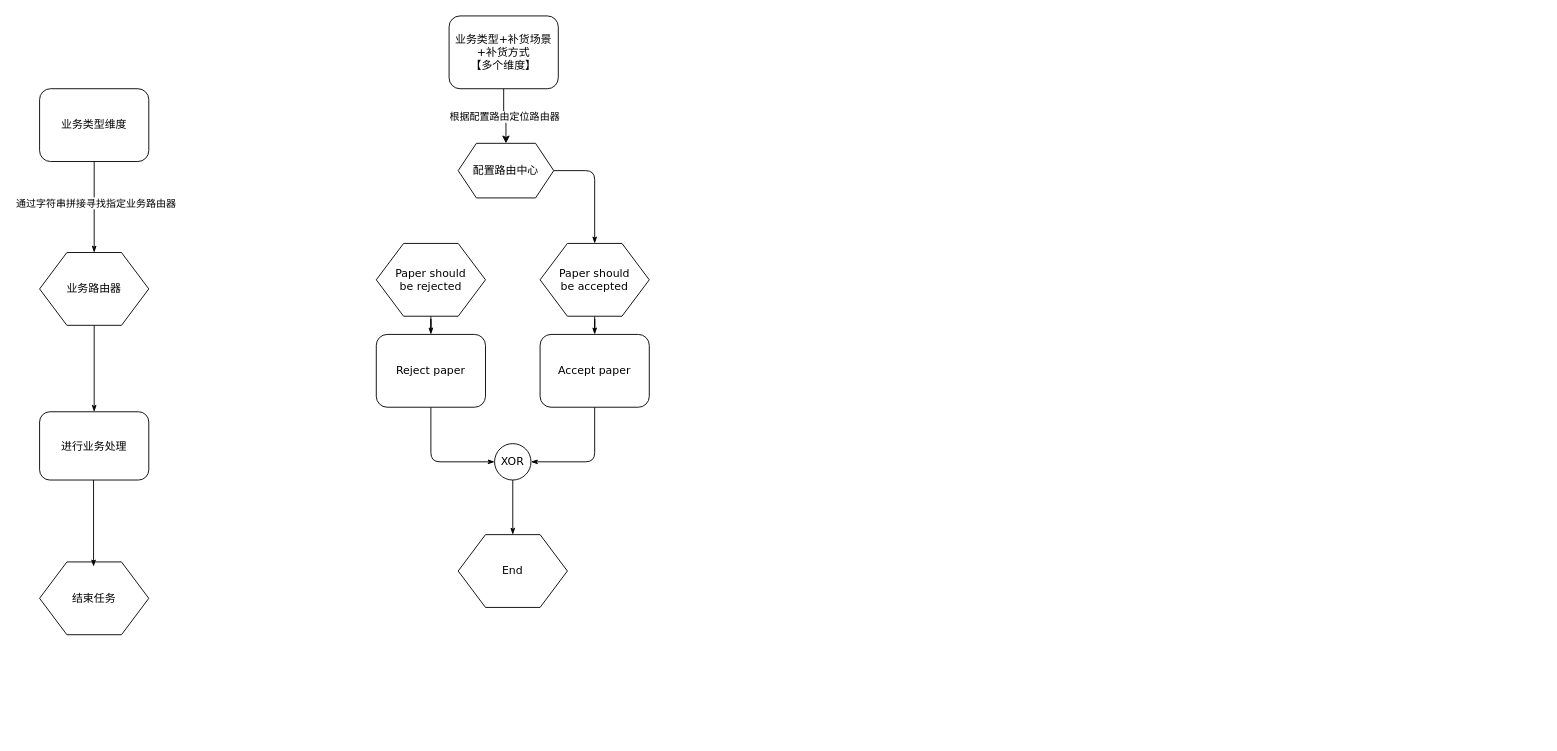
Earlier version of the draw.io diagram 未命名绘图.drawio (CJH254/automatic-winner). Source tidied: cells renumbered, new cells numbered last; positions are measured from the earlier drawing's top-left corner, leaving out a move shared by most shapes. Both pictures are drawn from the tidied source at 91%, with x=0, y=0 at pixel (39, 15).
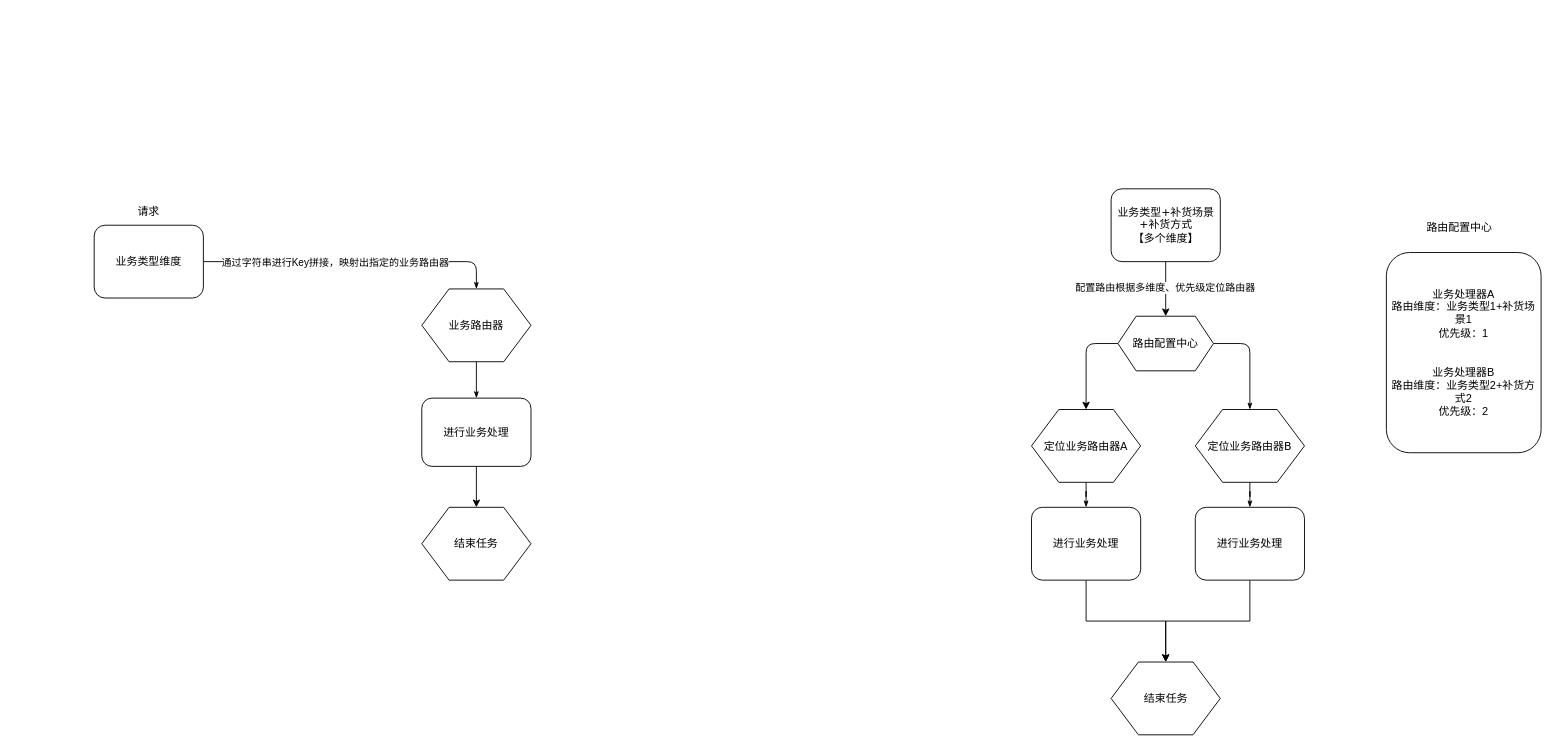
The same page after the edit.

Commit message:
更新未命名绘图.drawio

The change refers to these unchanged cells:
```xml
<mxCell id="2" style="edgeStyle=orthogonalEdgeStyle;rounded=1;html=1;labelBackgroundColor=none;startArrow=none;startFill=0;startSize=5;endArrow=classicThin;endFill=1;endSize=5;jettySize=auto;strokeWidth=1;fontFamily=Verdana;fontSize=8;entryX=0.5;entryY=0;entryDx=0;entryDy=0;" parent="1" edge="1" source="4" target="6">
  <mxGeometry relative="1" as="geometry" />
</mxCell>
<mxCell id="22" style="edgeStyle=orthogonalEdgeStyle;rounded=0;jettySize=auto;html=1;" parent="1" edge="1" source="24" target="25">
  <mxGeometry relative="1" as="geometry" />
</mxCell>
```

Change to the diagram source:
```diff
@@
-    <mxCell id="3" value="通过字符串拼接寻找指定业务路由器" style="edgeLabel;html=1;align=center;verticalAlign=middle;" parent="2" vertex="1">
+    <mxCell id="3" value="通过字符串进行Key拼接，映射出指定的业务路由器" style="edgeLabel;html=1;align=center;verticalAlign=middle;" parent="2" vertex="1">
       <mxGeometry x="-0.13" y="1" relative="1" as="geometry">
         <mxPoint y="1" as="offset" />
       </mxGeometry>
     </mxCell>
     <mxCell id="4" value="业务类型维度" style="rounded=1;whiteSpace=wrap;html=1;shadow=0;labelBackgroundColor=none;strokeWidth=1;fontFamily=Verdana;fontSize=12;align=center;" parent="1" vertex="1">
-      <mxGeometry y="80" width="120" height="80" as="geometry" />
+      <mxGeometry x="60" y="230" width="120" height="80" as="geometry" />
     </mxCell>
@@
     <mxCell id="6" value="业务路由器" style="shape=hexagon;perimeter=hexagonPerimeter;whiteSpace=wrap;html=1;rounded=0;shadow=0;labelBackgroundColor=none;strokeWidth=1;fontFamily=Verdana;fontSize=12;align=center;" parent="1" vertex="1">
-      <mxGeometry y="260" width="120" height="80" as="geometry" />
+      <mxGeometry x="420" y="300" width="120" height="80" as="geometry" />
     </mxCell>
+    <mxCell id="26" style="edgeStyle=orthogonalEdgeStyle;rounded=0;jettySize=auto;html=1;entryX=0.5;entryY=0;entryDx=0;entryDy=0;" parent="1" edge="1" source="7" target="8">
+      <mxGeometry relative="1" as="geometry" />
+    </mxCell>
     <mxCell id="7" value="进行业务处理" style="rounded=1;whiteSpace=wrap;html=1;shadow=0;labelBackgroundColor=none;strokeWidth=1;fontFamily=Verdana;fontSize=12;align=center;" parent="1" vertex="1">
-      <mxGeometry y="435" width="120" height="75" as="geometry" />
+      <mxGeometry x="420" y="420" width="120" height="75" as="geometry" />
     </mxCell>
     <mxCell id="8" value="结束任务" style="shape=hexagon;perimeter=hexagonPerimeter;whiteSpace=wrap;html=1;rounded=0;shadow=0;labelBackgroundColor=none;strokeWidth=1;fontFamily=Verdana;fontSize=12;align=center;" parent="1" vertex="1">
-      <mxGeometry y="600" width="120" height="80" as="geometry" />
+      <mxGeometry x="420" y="540" width="120" height="80" as="geometry" />
     </mxCell>
     <mxCell id="9" style="edgeStyle=orthogonalEdgeStyle;rounded=1;html=1;labelBackgroundColor=none;startArrow=none;startFill=0;startSize=5;endArrow=classicThin;endFill=1;endSize=5;jettySize=auto;strokeColor=#000000;strokeWidth=1;fontFamily=Verdana;fontSize=8;fontColor=#000000;exitX=1;exitY=0.5;exitDx=0;exitDy=0;" parent="1" edge="1" source="25" target="13">
       <mxGeometry relative="1" as="geometry">
         <Array as="points">
-          <mxPoint x="610" y="170" />
+          <mxPoint x="1330" y="360" />
         </Array>
       </mxGeometry>
     </mxCell>
@@
-    <mxCell id="11" value="Paper should&lt;div&gt;be rejected&lt;/div&gt;" style="shape=hexagon;perimeter=hexagonPerimeter;whiteSpace=wrap;html=1;rounded=0;shadow=0;labelBackgroundColor=none;strokeWidth=1;fontFamily=Verdana;fontSize=12;align=center;" parent="1" vertex="1">
-      <mxGeometry x="370" y="250" width="120" height="80" as="geometry" />
+    <mxCell id="11" value="定位业务路由器A" style="shape=hexagon;perimeter=hexagonPerimeter;whiteSpace=wrap;html=1;rounded=0;shadow=0;labelBackgroundColor=none;strokeWidth=1;fontFamily=Verdana;fontSize=12;align=center;" parent="1" vertex="1">
+      <mxGeometry x="1090" y="432.5" width="120" height="80" as="geometry" />
     </mxCell>
@@
-    <mxCell id="13" value="Paper should&lt;div&gt;be accepted&lt;/div&gt;" style="shape=hexagon;perimeter=hexagonPerimeter;whiteSpace=wrap;html=1;rounded=0;shadow=0;labelBackgroundColor=none;strokeWidth=1;fontFamily=Verdana;fontSize=12;align=center;" parent="1" vertex="1">
-      <mxGeometry x="550" y="250" width="120" height="80" as="geometry" />
+    <mxCell id="13" value="定位业务路由器B" style="shape=hexagon;perimeter=hexagonPerimeter;whiteSpace=wrap;html=1;rounded=0;shadow=0;labelBackgroundColor=none;strokeWidth=1;fontFamily=Verdana;fontSize=12;align=center;" parent="1" vertex="1">
+      <mxGeometry x="1270" y="432.5" width="120" height="80" as="geometry" />
     </mxCell>
-    <mxCell id="14" style="edgeStyle=orthogonalEdgeStyle;rounded=1;html=1;labelBackgroundColor=none;startArrow=none;startFill=0;startSize=5;endArrow=classicThin;endFill=1;endSize=5;jettySize=auto;strokeWidth=1;fontFamily=Verdana;fontSize=8;" parent="1" edge="1" source="15" target="19">
-      <mxGeometry relative="1" as="geometry">
-        <Array as="points">
-          <mxPoint x="430" y="490" />
-        </Array>
-      </mxGeometry>
-    </mxCell>
+    <mxCell id="27" style="edgeStyle=orthogonalEdgeStyle;rounded=0;jettySize=auto;html=1;entryX=0.5;entryY=0;entryDx=0;entryDy=0;" parent="1" edge="1" source="15" target="20">
+      <mxGeometry relative="1" as="geometry" />
+    </mxCell>
-    <mxCell id="15" value="Reject paper" style="rounded=1;whiteSpace=wrap;html=1;shadow=0;labelBackgroundColor=none;strokeWidth=1;fontFamily=Verdana;fontSize=12;align=center;" parent="1" vertex="1">
-      <mxGeometry x="370" y="350" width="120" height="80" as="geometry" />
+    <mxCell id="15" value="进行业务处理" style="rounded=1;whiteSpace=wrap;html=1;shadow=0;labelBackgroundColor=none;strokeWidth=1;fontFamily=Verdana;fontSize=12;align=center;" parent="1" vertex="1">
+      <mxGeometry x="1090" y="540" width="120" height="80" as="geometry" />
     </mxCell>
-    <mxCell id="16" style="edgeStyle=orthogonalEdgeStyle;rounded=1;html=1;labelBackgroundColor=none;startArrow=none;startFill=0;startSize=5;endArrow=classicThin;endFill=1;endSize=5;jettySize=auto;strokeWidth=1;fontFamily=Verdana;fontSize=8;" parent="1" edge="1" source="17" target="19">
-      <mxGeometry relative="1" as="geometry">
-        <Array as="points">
-          <mxPoint x="610" y="490" />
-        </Array>
-      </mxGeometry>
-    </mxCell>
+    <mxCell id="28" style="edgeStyle=orthogonalEdgeStyle;rounded=0;jettySize=auto;html=1;entryX=0.5;entryY=0;entryDx=0;entryDy=0;" parent="1" edge="1" source="17" target="20">
+      <mxGeometry relative="1" as="geometry" />
+    </mxCell>
-    <mxCell id="17" value="Accept paper" style="rounded=1;whiteSpace=wrap;html=1;shadow=0;labelBackgroundColor=none;strokeWidth=1;fontFamily=Verdana;fontSize=12;align=center;" parent="1" vertex="1">
-      <mxGeometry x="550" y="350" width="120" height="80" as="geometry" />
+    <mxCell id="17" value="&lt;span style=&quot;color: rgb(0, 0, 0); font-family: Verdana; font-size: 12px; font-style: normal; font-variant-ligatures: normal; font-variant-caps: normal; font-weight: 400; letter-spacing: normal; orphans: 2; text-align: center; text-indent: 0px; text-transform: none; widows: 2; word-spacing: 0px; -webkit-text-stroke-width: 0px; white-space: normal; background-color: rgb(251, 251, 251); text-decoration-thickness: initial; text-decoration-style: initial; text-decoration-color: initial; display: inline !important; float: none;&quot;&gt;进行业务处理&lt;/span&gt;" style="rounded=1;whiteSpace=wrap;html=1;shadow=0;labelBackgroundColor=none;strokeWidth=1;fontFamily=Verdana;fontSize=12;align=center;" parent="1" vertex="1">
+      <mxGeometry x="1270" y="540" width="120" height="80" as="geometry" />
     </mxCell>
-    <mxCell id="18" style="edgeStyle=orthogonalEdgeStyle;rounded=1;html=1;labelBackgroundColor=none;startArrow=none;startFill=0;startSize=5;endArrow=classicThin;endFill=1;endSize=5;jettySize=auto;strokeWidth=1;fontFamily=Verdana;fontSize=8;" parent="1" edge="1" source="19" target="20">
-      <mxGeometry relative="1" as="geometry" />
-    </mxCell>
-    <mxCell id="19" value="XOR" style="ellipse;whiteSpace=wrap;html=1;rounded=1;shadow=0;labelBackgroundColor=none;strokeWidth=1;fontFamily=Verdana;fontSize=12;align=center;" parent="1" vertex="1">
-      <mxGeometry x="500" y="470" width="40" height="40" as="geometry" />
-    </mxCell>
-    <mxCell id="20" value="End" style="shape=hexagon;perimeter=hexagonPerimeter;whiteSpace=wrap;html=1;rounded=0;shadow=0;labelBackgroundColor=none;strokeWidth=1;fontFamily=Verdana;fontSize=12;align=center;" parent="1" vertex="1">
-      <mxGeometry x="460" y="570" width="120" height="80" as="geometry" />
+    <mxCell id="20" value="结束任务" style="shape=hexagon;perimeter=hexagonPerimeter;whiteSpace=wrap;html=1;rounded=0;shadow=0;labelBackgroundColor=none;strokeWidth=1;fontFamily=Verdana;fontSize=12;align=center;" parent="1" vertex="1">
+      <mxGeometry x="1177.5" y="710" width="120" height="80" as="geometry" />
     </mxCell>
-    <mxCell id="21" style="edgeStyle=orthogonalEdgeStyle;rounded=1;html=1;labelBackgroundColor=none;startArrow=none;startFill=0;startSize=5;endArrow=classicThin;endFill=1;endSize=5;jettySize=auto;orthogonalLoop=1;strokeWidth=1;fontFamily=Verdana;fontSize=8;" parent="1" edge="1">
-      <mxGeometry relative="1" as="geometry">
-        <mxPoint x="59.3" y="510" as="sourcePoint" />
-        <mxPoint x="59.3" y="605" as="targetPoint" />
-      </mxGeometry>
-    </mxCell>
@@
-    <mxCell id="23" value="根据配置路由定位路由器" style="edgeLabel;html=1;align=center;verticalAlign=middle;" parent="22" vertex="1">
+    <mxCell id="23" value="配置路由根据多维度、优先级定位路由器" style="edgeLabel;html=1;align=center;verticalAlign=middle;" parent="22" vertex="1">
       <mxGeometry x="-0.05" y="-1" relative="1" as="geometry">
         <mxPoint y="-1" as="offset" />
       </mxGeometry>
     </mxCell>
     <mxCell id="24" value="业务类型+补货场景+补货方式&lt;br&gt;【多个维度】" style="rounded=1;whiteSpace=wrap;html=1;shadow=0;labelBackgroundColor=none;strokeWidth=1;fontFamily=Verdana;fontSize=12;align=center;" parent="1" vertex="1">
-      <mxGeometry x="450" width="120" height="80" as="geometry" />
+      <mxGeometry x="1177.5" y="190" width="120" height="80" as="geometry" />
     </mxCell>
+    <mxCell id="29" style="edgeStyle=orthogonalEdgeStyle;rounded=1;jettySize=auto;html=1;curved=0;" parent="1" edge="1" source="25" target="11">
+      <mxGeometry relative="1" as="geometry">
+        <Array as="points">
+          <mxPoint x="1150" y="360" />
+        </Array>
+      </mxGeometry>
+    </mxCell>
-    <mxCell id="25" value="配置路由中心" style="shape=hexagon;perimeter=hexagonPerimeter2;whiteSpace=wrap;html=1;fixedSize=1;" parent="1" vertex="1">
-      <mxGeometry x="460" y="140" width="105" height="60" as="geometry" />
+    <mxCell id="25" value="路由配置中心" style="shape=hexagon;perimeter=hexagonPerimeter2;whiteSpace=wrap;html=1;fixedSize=1;" parent="1" vertex="1">
+      <mxGeometry x="1185" y="330" width="105" height="60" as="geometry" />
     </mxCell>
+    <mxCell id="30" value="请求" style="text;strokeColor=none;align=center;fillColor=none;html=1;verticalAlign=middle;whiteSpace=wrap;rounded=0;" parent="1" vertex="1">
+      <mxGeometry x="90" y="200" width="60" height="30" as="geometry" />
+    </mxCell>
+    <mxCell id="31" value="业务处理器A&lt;div&gt;路由维度：业务类型1+补货场景1&lt;/div&gt;&lt;div&gt;优先级：1&lt;/div&gt;&lt;div&gt;&lt;br&gt;&lt;/div&gt;&lt;div&gt;&lt;br&gt;&lt;/div&gt;&lt;div&gt;业务处理器B&lt;div&gt;路由维度：业务类型2+补货方式2&lt;/div&gt;&lt;/div&gt;&lt;div&gt;优先级：2&lt;br&gt;&lt;/div&gt;" style="rounded=1;whiteSpace=wrap;html=1;" parent="1" vertex="1">
+      <mxGeometry x="1480" y="260" width="170" height="220" as="geometry" />
+    </mxCell>
+    <mxCell id="32" value="路由配置中心" style="text;html=1;align=center;verticalAlign=middle;strokeColor=none;fillColor=none;" parent="1" vertex="1">
+      <mxGeometry x="1510" y="218" width="100" height="30" as="geometry" />
+    </mxCell>
```
